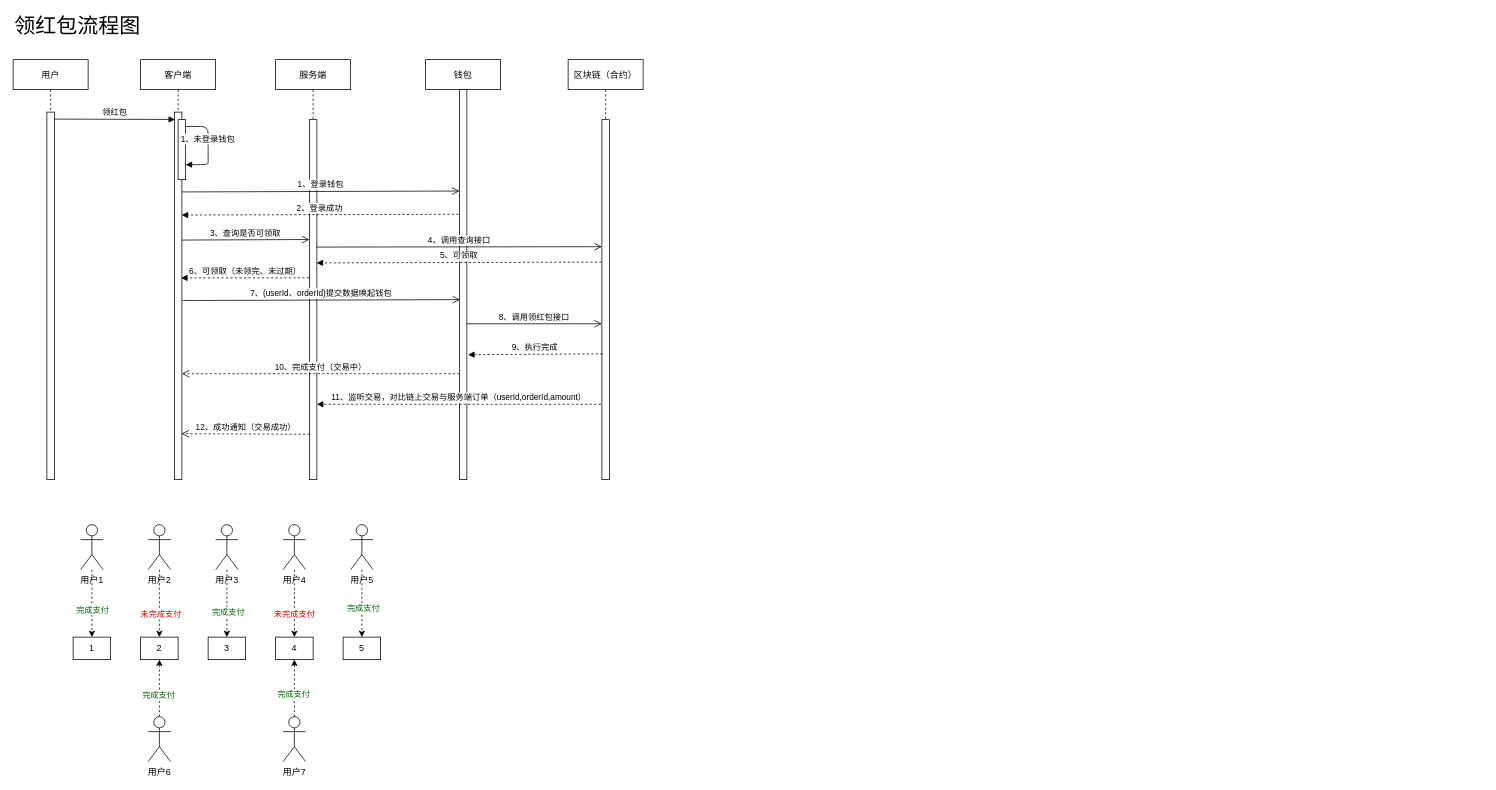
Before: 未命名绘图.drawio in limate/draw, a draw.io diagram. Source tidied: cells renumbered, new cells numbered last; positions are measured from the earlier drawing's top-left corner, leaving out a move shared by most shapes. Both pictures are drawn from the tidied source at 75%, with x=0, y=0 at pixel (13, 14).
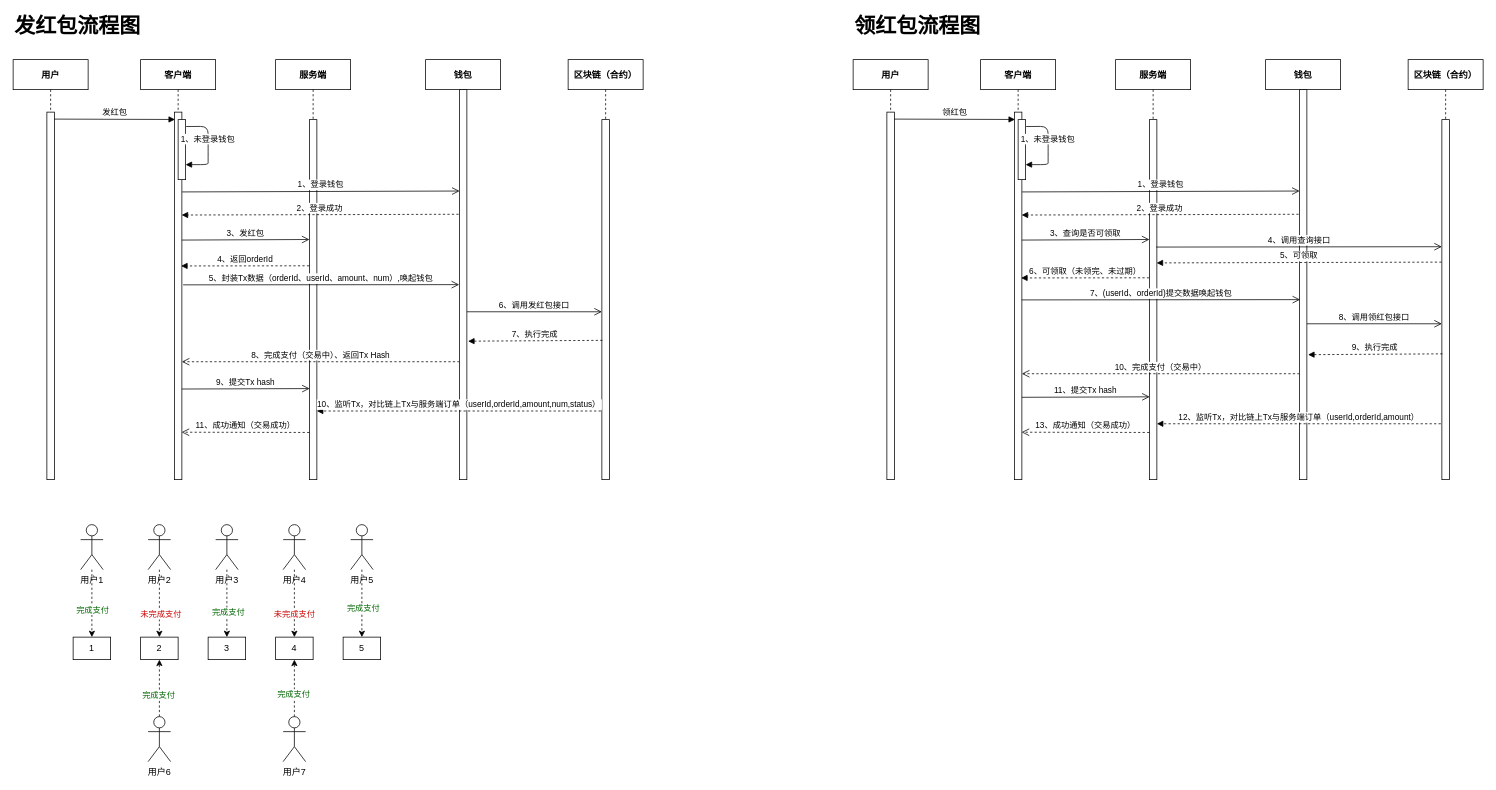
After the change.

The change refers to these unchanged cells:
```xml
<mxCell id="3" style="points=[];perimeter=orthogonalPerimeter;rounded=0;shadow=0;strokeWidth=1;" parent="2" vertex="1">
  <mxGeometry x="45" y="70" width="10" height="490" as="geometry" />
</mxCell>
<mxCell id="7" style="points=[];perimeter=orthogonalPerimeter;rounded=0;shadow=0;strokeWidth=1;" parent="6" vertex="1">
  <mxGeometry x="45" y="80" width="10" height="480" as="geometry" />
</mxCell>
<mxCell id="13" style="points=[];perimeter=orthogonalPerimeter;rounded=0;shadow=0;strokeWidth=1;" parent="12" vertex="1">
  <mxGeometry x="45" y="40" width="10" height="520" as="geometry" />
</mxCell>
<mxCell id="15" style="points=[];perimeter=orthogonalPerimeter;rounded=0;shadow=0;strokeWidth=1;" parent="14" vertex="1">
  <mxGeometry x="45" y="80" width="10" height="480" as="geometry" />
</mxCell>
<mxCell id="17" style="points=[];perimeter=orthogonalPerimeter;rounded=0;shadow=0;strokeWidth=1;" parent="16" vertex="1">
  <mxGeometry x="45" y="70" width="10" height="490" as="geometry" />
</mxCell>
```

Change to the diagram source:
```diff
@@
-    <mxCell id="2" value="客户端" style="shape=umlLifeline;perimeter=lifelinePerimeter;rounded=0;shadow=0;strokeWidth=1;" parent="1" vertex="1">
+    <mxCell id="2" value="客户端" style="shape=umlLifeline;perimeter=lifelinePerimeter;rounded=0;shadow=0;strokeWidth=1;fontStyle=1;" parent="1" vertex="1">
       <mxGeometry x="170" y="60" width="100" height="560" as="geometry" />
     </mxCell>
@@
-    <mxCell id="6" value="服务端" style="shape=umlLifeline;perimeter=lifelinePerimeter;rounded=0;shadow=0;strokeWidth=1;" parent="1" vertex="1">
+    <mxCell id="6" value="服务端" style="shape=umlLifeline;perimeter=lifelinePerimeter;rounded=0;shadow=0;strokeWidth=1;fontStyle=1;" parent="1" vertex="1">
       <mxGeometry x="350" y="60" width="100" height="560" as="geometry" />
     </mxCell>
@@
-    <mxCell id="8" value="3、查询是否可领取" style="verticalAlign=bottom;endArrow=open;endSize=8;shadow=0;strokeWidth=1;exitX=1.027;exitY=0.318;exitDx=0;exitDy=0;exitPerimeter=0;entryX=0.008;entryY=0.333;entryDx=0;entryDy=0;entryPerimeter=0;" parent="6" edge="1" target="7">
+    <mxCell id="8" value="3、发红包" style="verticalAlign=bottom;endArrow=open;endSize=8;shadow=0;strokeWidth=1;exitX=1.027;exitY=0.318;exitDx=0;exitDy=0;exitPerimeter=0;entryX=0.008;entryY=0.333;entryDx=0;entryDy=0;entryPerimeter=0;" parent="6" edge="1" target="7">
       <mxGeometry relative="1" as="geometry">
         <mxPoint x="-125" y="240.6" as="sourcePoint" />
       </mxGeometry>
     </mxCell>
-    <mxCell id="9" value="10、完成支付（交易中）" style="verticalAlign=bottom;endArrow=open;dashed=1;endSize=8;exitX=0.033;exitY=0.767;shadow=0;strokeWidth=1;exitDx=0;exitDy=0;exitPerimeter=0;" parent="1" edge="1">
+    <mxCell id="9" value="8、完成支付（交易中）、返回Tx Hash" style="verticalAlign=bottom;endArrow=open;dashed=1;endSize=8;exitX=0.033;exitY=0.767;shadow=0;strokeWidth=1;exitDx=0;exitDy=0;exitPerimeter=0;" parent="1" edge="1">
       <mxGeometry relative="1" as="geometry">
-        <mxPoint x="595.3" y="478.8" as="sourcePoint" />
-        <mxPoint x="225" y="478.8" as="targetPoint" />
+        <mxPoint x="595.3" y="462.8" as="sourcePoint" />
+        <mxPoint x="225" y="462.8" as="targetPoint" />
       </mxGeometry>
     </mxCell>
@@
-    <mxCell id="12" value="钱包" style="shape=umlLifeline;perimeter=lifelinePerimeter;rounded=0;shadow=0;strokeWidth=1;" parent="1" vertex="1">
+    <mxCell id="12" value="钱包" style="shape=umlLifeline;perimeter=lifelinePerimeter;rounded=0;shadow=0;strokeWidth=1;fontStyle=1;" parent="1" vertex="1">
       <mxGeometry x="550" y="60" width="100" height="560" as="geometry" />
     </mxCell>
@@
-    <mxCell id="14" value="区块链（合约）" style="shape=umlLifeline;perimeter=lifelinePerimeter;rounded=0;shadow=0;strokeWidth=1;" parent="1" vertex="1">
+    <mxCell id="14" value="区块链（合约）" style="shape=umlLifeline;perimeter=lifelinePerimeter;rounded=0;shadow=0;strokeWidth=1;fontStyle=1;" parent="1" vertex="1">
       <mxGeometry x="740" y="60" width="100" height="560" as="geometry" />
     </mxCell>
@@
-    <mxCell id="16" value="用户" style="shape=umlLifeline;perimeter=lifelinePerimeter;rounded=0;shadow=0;strokeWidth=1;" parent="1" vertex="1">
+    <mxCell id="16" value="用户" style="shape=umlLifeline;perimeter=lifelinePerimeter;rounded=0;shadow=0;strokeWidth=1;fontStyle=1;" parent="1" vertex="1">
       <mxGeometry y="60" width="100" height="560" as="geometry" />
     </mxCell>
@@
-    <mxCell id="18" value="6、可领取（未领完、未过期）" style="verticalAlign=bottom;endArrow=block;shadow=0;strokeWidth=1;exitX=-0.033;exitY=0.429;exitDx=0;exitDy=0;exitPerimeter=0;dashed=1;entryX=0.9;entryY=0.441;entryDx=0;entryDy=0;entryPerimeter=0;" parent="1" edge="1">
+    <mxCell id="18" value="4、返回orderId" style="verticalAlign=bottom;endArrow=block;shadow=0;strokeWidth=1;exitX=-0.033;exitY=0.429;exitDx=0;exitDy=0;exitPerimeter=0;dashed=1;entryX=0.9;entryY=0.441;entryDx=0;entryDy=0;entryPerimeter=0;" parent="1" edge="1">
       <mxGeometry relative="1" as="geometry">
-        <mxPoint x="394.7" y="350.9" as="sourcePoint" />
-        <mxPoint x="224" y="351.1" as="targetPoint" />
+        <mxPoint x="394.7" y="334.9" as="sourcePoint" />
+        <mxPoint x="224" y="335.1" as="targetPoint" />
       </mxGeometry>
     </mxCell>
-    <mxCell id="19" value="7、(userId、orderId)提交数据唤起钱包" style="verticalAlign=bottom;endArrow=open;endSize=8;shadow=0;strokeWidth=1;exitX=1.027;exitY=0.318;exitDx=0;exitDy=0;exitPerimeter=0;entryX=0.028;entryY=0.298;entryDx=0;entryDy=0;entryPerimeter=0;" parent="1" edge="1">
-      <mxGeometry relative="1" as="geometry">
-        <mxPoint x="226" y="381.2" as="sourcePoint" />
-        <mxPoint x="596" y="380" as="targetPoint" />
-      </mxGeometry>
-    </mxCell>
-    <mxCell id="20" value="8、调用领红包接口" style="verticalAlign=bottom;endArrow=open;endSize=8;shadow=0;strokeWidth=1;exitX=1.027;exitY=0.318;exitDx=0;exitDy=0;exitPerimeter=0;" parent="1" edge="1">
+    <mxCell id="20" value="6、调用发红包接口" style="verticalAlign=bottom;endArrow=open;endSize=8;shadow=0;strokeWidth=1;exitX=1.027;exitY=0.318;exitDx=0;exitDy=0;exitPerimeter=0;" parent="1" edge="1">
       <mxGeometry relative="1" as="geometry">
-        <mxPoint x="605" y="412.2" as="sourcePoint" />
-        <mxPoint x="785" y="412.2" as="targetPoint" />
+        <mxPoint x="605" y="396.2" as="sourcePoint" />
+        <mxPoint x="785" y="396.2" as="targetPoint" />
       </mxGeometry>
     </mxCell>
-    <mxCell id="21" value="9、执行完成" style="verticalAlign=bottom;endArrow=block;shadow=0;strokeWidth=1;exitX=0.083;exitY=0.476;exitDx=0;exitDy=0;exitPerimeter=0;dashed=1;entryX=1.159;entryY=0.695;entryDx=0;entryDy=0;entryPerimeter=0;" parent="1" edge="1">
+    <mxCell id="21" value="7、执行完成" style="verticalAlign=bottom;endArrow=block;shadow=0;strokeWidth=1;exitX=0.083;exitY=0.476;exitDx=0;exitDy=0;exitPerimeter=0;dashed=1;entryX=1.159;entryY=0.695;entryDx=0;entryDy=0;entryPerimeter=0;" parent="1" edge="1">
       <mxGeometry relative="1" as="geometry">
-        <mxPoint x="785.8" y="452.3" as="sourcePoint" />
-        <mxPoint x="606.6" y="453.4" as="targetPoint" />
+        <mxPoint x="785.8" y="434.3" as="sourcePoint" />
+        <mxPoint x="606.6" y="435.4" as="targetPoint" />
       </mxGeometry>
     </mxCell>
-    <mxCell id="22" value="11、监听交易，对比链上交易与服务端订单（userId,orderId,amount）" style="verticalAlign=bottom;endArrow=block;shadow=0;strokeWidth=1;exitX=-0.143;exitY=0.801;exitDx=0;exitDy=0;exitPerimeter=0;dashed=1;" parent="1" edge="1">
+    <mxCell id="22" value="10、监听Tx，对比链上Tx与服务端订单（userId,orderId,amount,num,status）" style="verticalAlign=bottom;endArrow=block;shadow=0;strokeWidth=1;exitX=-0.143;exitY=0.801;exitDx=0;exitDy=0;exitPerimeter=0;dashed=1;" parent="1" edge="1">
       <mxGeometry relative="1" as="geometry">
-        <mxPoint x="783.6" y="519.5" as="sourcePoint" />
-        <mxPoint x="405" y="519.5" as="targetPoint" />
+        <mxPoint x="783.6" y="528.5" as="sourcePoint" />
+        <mxPoint x="405" y="528.5" as="targetPoint" />
       </mxGeometry>
     </mxCell>
-    <mxCell id="23" value="12、成功通知（交易成功）" style="verticalAlign=bottom;endArrow=open;dashed=1;endSize=8;shadow=0;strokeWidth=1;exitX=0.038;exitY=0.874;exitDx=0;exitDy=0;exitPerimeter=0;entryX=0.943;entryY=0.875;entryDx=0;entryDy=0;entryPerimeter=0;" parent="1" edge="1" source="7" target="3">
+    <mxCell id="23" value="11、成功通知（交易成功）" style="verticalAlign=bottom;endArrow=open;dashed=1;endSize=8;shadow=0;strokeWidth=1;exitX=-0.003;exitY=0.869;exitDx=0;exitDy=0;exitPerimeter=0;entryX=0.971;entryY=0.871;entryDx=0;entryDy=0;entryPerimeter=0;" parent="1" edge="1" source="7" target="3">
       <mxGeometry relative="1" as="geometry" />
     </mxCell>
-    <mxCell id="24" value="领红包" style="verticalAlign=bottom;endArrow=block;shadow=0;strokeWidth=1;entryX=0.081;entryY=0.02;entryDx=0;entryDy=0;entryPerimeter=0;exitX=0.972;exitY=0.019;exitDx=0;exitDy=0;exitPerimeter=0;" parent="1" edge="1" source="17" target="3">
+    <mxCell id="24" value="发红包" style="verticalAlign=bottom;endArrow=block;shadow=0;strokeWidth=1;entryX=0.081;entryY=0.02;entryDx=0;entryDy=0;entryPerimeter=0;exitX=0.972;exitY=0.019;exitDx=0;exitDy=0;exitPerimeter=0;" parent="1" edge="1" source="17" target="3">
       <mxGeometry relative="1" as="geometry" />
     </mxCell>
-    <mxCell id="25" value="4、调用查询接口" style="verticalAlign=bottom;endArrow=open;endSize=8;shadow=0;strokeWidth=1;exitX=0.9;exitY=0.354;exitDx=0;exitDy=0;exitPerimeter=0;entryX=0;entryY=0.353;entryDx=0;entryDy=0;entryPerimeter=0;" parent="1" edge="1" source="7" target="15">
+    <mxCell id="25" value="5、封装Tx数据（orderId、userId、amount、num）,唤起钱包" style="verticalAlign=bottom;endArrow=open;endSize=8;shadow=0;strokeWidth=1;exitX=1.167;exitY=0.47;exitDx=0;exitDy=0;exitPerimeter=0;entryX=-0.028;entryY=0.5;entryDx=0;entryDy=0;entryPerimeter=0;" parent="1" edge="1" source="3" target="13">
       <mxGeometry relative="1" as="geometry" />
     </mxCell>
-    <mxCell id="26" value="5、可领取" style="verticalAlign=bottom;endArrow=block;shadow=0;strokeWidth=1;exitX=-0.1;exitY=0.378;exitDx=0;exitDy=0;exitPerimeter=0;entryX=0.967;entryY=0.398;entryDx=0;entryDy=0;entryPerimeter=0;dashed=1;" parent="1" edge="1" target="7">
-      <mxGeometry relative="1" as="geometry">
-        <mxPoint x="784.6" y="330" as="sourcePoint" />
-      </mxGeometry>
-    </mxCell>
@@
-    <mxCell id="53" value="领红包流程图" style="text;html=1;strokeColor=none;fillColor=none;align=left;verticalAlign=middle;whiteSpace=wrap;rounded=0;fontSize=28;fontColor=#000000;" parent="1" vertex="1">
+    <mxCell id="53" value="发红包流程图" style="text;html=1;strokeColor=none;fillColor=none;align=left;verticalAlign=middle;whiteSpace=wrap;rounded=0;fontSize=28;fontColor=#000000;fontStyle=1;" parent="1" vertex="1">
       <mxGeometry width="190" height="30" as="geometry" />
     </mxCell>
+    <mxCell id="54" value="9、提交Tx hash" style="verticalAlign=bottom;endArrow=open;endSize=8;shadow=0;strokeWidth=1;exitX=0.996;exitY=0.776;exitDx=0;exitDy=0;exitPerimeter=0;entryX=0.04;entryY=0.77;entryDx=0;entryDy=0;entryPerimeter=0;" parent="1" edge="1">
+      <mxGeometry relative="1" as="geometry">
+        <mxPoint x="225" y="499.2" as="sourcePoint" />
+        <mxPoint x="395.4" y="498.6" as="targetPoint" />
+      </mxGeometry>
+    </mxCell>
+    <mxCell id="55" value="客户端" style="shape=umlLifeline;perimeter=lifelinePerimeter;rounded=0;shadow=0;strokeWidth=1;fontStyle=1;" parent="1" vertex="1">
+      <mxGeometry x="1290" y="60" width="100" height="560" as="geometry" />
+    </mxCell>
+    <mxCell id="56" style="points=[];perimeter=orthogonalPerimeter;rounded=0;shadow=0;strokeWidth=1;" parent="55" vertex="1">
+      <mxGeometry x="45" y="70" width="10" height="490" as="geometry" />
+    </mxCell>
+    <mxCell id="57" style="points=[];perimeter=orthogonalPerimeter;rounded=0;shadow=0;strokeWidth=1;" parent="55" vertex="1">
+      <mxGeometry x="50" y="80" width="10" height="80" as="geometry" />
+    </mxCell>
+    <mxCell id="58" value="1、未登录钱包" style="verticalAlign=bottom;endArrow=block;shadow=0;strokeWidth=1;exitX=1.069;exitY=0.115;exitDx=0;exitDy=0;exitPerimeter=0;" parent="55" edge="1" source="57" target="57">
+      <mxGeometry relative="1" as="geometry">
+        <Array as="points">
+          <mxPoint x="90" y="89" />
+          <mxPoint x="90" y="132" />
+          <mxPoint x="90" y="140" />
+        </Array>
+      </mxGeometry>
+    </mxCell>
+    <mxCell id="59" value="服务端" style="shape=umlLifeline;perimeter=lifelinePerimeter;rounded=0;shadow=0;strokeWidth=1;fontStyle=1;" parent="1" vertex="1">
+      <mxGeometry x="1470" y="60" width="100" height="560" as="geometry" />
+    </mxCell>
+    <mxCell id="60" style="points=[];perimeter=orthogonalPerimeter;rounded=0;shadow=0;strokeWidth=1;" parent="59" vertex="1">
+      <mxGeometry x="45" y="80" width="10" height="480" as="geometry" />
+    </mxCell>
+    <mxCell id="61" value="3、查询是否可领取" style="verticalAlign=bottom;endArrow=open;endSize=8;shadow=0;strokeWidth=1;exitX=1.027;exitY=0.318;exitDx=0;exitDy=0;exitPerimeter=0;entryX=0.008;entryY=0.333;entryDx=0;entryDy=0;entryPerimeter=0;" parent="59" edge="1" target="60">
+      <mxGeometry relative="1" as="geometry">
+        <mxPoint x="-125" y="240.6" as="sourcePoint" />
+      </mxGeometry>
+    </mxCell>
+    <mxCell id="62" value="10、完成支付（交易中）" style="verticalAlign=bottom;endArrow=open;dashed=1;endSize=8;exitX=0.033;exitY=0.767;shadow=0;strokeWidth=1;exitDx=0;exitDy=0;exitPerimeter=0;" parent="1" edge="1">
+      <mxGeometry relative="1" as="geometry">
+        <mxPoint x="1715.3" y="478.8" as="sourcePoint" />
+        <mxPoint x="1345" y="478.8" as="targetPoint" />
+      </mxGeometry>
+    </mxCell>
+    <mxCell id="63" value="2、登录成功" style="verticalAlign=bottom;endArrow=block;shadow=0;strokeWidth=1;exitX=-0.1;exitY=0.378;exitDx=0;exitDy=0;exitPerimeter=0;entryX=0.971;entryY=0.28;entryDx=0;entryDy=0;entryPerimeter=0;dashed=1;" parent="1" edge="1" target="56">
+      <mxGeometry relative="1" as="geometry">
+        <mxPoint x="1714" y="266.2" as="sourcePoint" />
+      </mxGeometry>
+    </mxCell>
+    <mxCell id="64" value="1、登录钱包" style="verticalAlign=bottom;endArrow=open;endSize=8;shadow=0;strokeWidth=1;exitX=1.027;exitY=0.318;exitDx=0;exitDy=0;exitPerimeter=0;entryX=0.028;entryY=0.298;entryDx=0;entryDy=0;entryPerimeter=0;" parent="1" edge="1">
+      <mxGeometry relative="1" as="geometry">
+        <mxPoint x="1345.3" y="236.4" as="sourcePoint" />
+        <mxPoint x="1715.3" y="235.2" as="targetPoint" />
+      </mxGeometry>
+    </mxCell>
+    <mxCell id="65" value="钱包" style="shape=umlLifeline;perimeter=lifelinePerimeter;rounded=0;shadow=0;strokeWidth=1;fontStyle=1;" parent="1" vertex="1">
+      <mxGeometry x="1670" y="60" width="100" height="560" as="geometry" />
+    </mxCell>
+    <mxCell id="66" style="perimeter=orthogonalPerimeter;rounded=0;shadow=0;strokeWidth=1;" parent="65" vertex="1">
+      <mxGeometry x="45" y="40" width="10" height="520" as="geometry" />
+    </mxCell>
+    <mxCell id="67" value="区块链（合约）" style="shape=umlLifeline;perimeter=lifelinePerimeter;rounded=0;shadow=0;strokeWidth=1;fontStyle=1;" parent="1" vertex="1">
+      <mxGeometry x="1860" y="60" width="100" height="560" as="geometry" />
+    </mxCell>
+    <mxCell id="68" style="points=[];perimeter=orthogonalPerimeter;rounded=0;shadow=0;strokeWidth=1;" parent="67" vertex="1">
+      <mxGeometry x="45" y="80" width="10" height="480" as="geometry" />
+    </mxCell>
+    <mxCell id="69" value="用户" style="shape=umlLifeline;perimeter=lifelinePerimeter;rounded=0;shadow=0;strokeWidth=1;fontStyle=1;" parent="1" vertex="1">
+      <mxGeometry x="1120" y="60" width="100" height="560" as="geometry" />
+    </mxCell>
+    <mxCell id="70" style="points=[];perimeter=orthogonalPerimeter;rounded=0;shadow=0;strokeWidth=1;" parent="69" vertex="1">
+      <mxGeometry x="45" y="70" width="10" height="490" as="geometry" />
+    </mxCell>
+    <mxCell id="71" value="6、可领取（未领完、未过期）" style="verticalAlign=bottom;endArrow=block;shadow=0;strokeWidth=1;exitX=-0.033;exitY=0.429;exitDx=0;exitDy=0;exitPerimeter=0;dashed=1;entryX=0.9;entryY=0.441;entryDx=0;entryDy=0;entryPerimeter=0;" parent="1" edge="1">
+      <mxGeometry relative="1" as="geometry">
+        <mxPoint x="1514.7" y="350.9" as="sourcePoint" />
+        <mxPoint x="1344" y="351.1" as="targetPoint" />
+      </mxGeometry>
+    </mxCell>
+    <mxCell id="19" value="7、(userId、orderId)提交数据唤起钱包" style="verticalAlign=bottom;endArrow=open;endSize=8;shadow=0;strokeWidth=1;exitX=0.976;exitY=0.511;exitDx=0;exitDy=0;exitPerimeter=0;entryX=0.028;entryY=0.298;entryDx=0;entryDy=0;entryPerimeter=0;" parent="1" edge="1" source="56">
+      <mxGeometry relative="1" as="geometry">
+        <mxPoint x="1716" y="380" as="targetPoint" />
+      </mxGeometry>
+    </mxCell>
+    <mxCell id="72" value="8、调用领红包接口" style="verticalAlign=bottom;endArrow=open;endSize=8;shadow=0;strokeWidth=1;exitX=1.027;exitY=0.318;exitDx=0;exitDy=0;exitPerimeter=0;" parent="1" edge="1">
+      <mxGeometry relative="1" as="geometry">
+        <mxPoint x="1725" y="412.2" as="sourcePoint" />
+        <mxPoint x="1905" y="412.2" as="targetPoint" />
+      </mxGeometry>
+    </mxCell>
+    <mxCell id="73" value="9、执行完成" style="verticalAlign=bottom;endArrow=block;shadow=0;strokeWidth=1;exitX=0.083;exitY=0.476;exitDx=0;exitDy=0;exitPerimeter=0;dashed=1;entryX=1.159;entryY=0.695;entryDx=0;entryDy=0;entryPerimeter=0;" parent="1" edge="1">
+      <mxGeometry relative="1" as="geometry">
+        <mxPoint x="1905.8" y="452.3" as="sourcePoint" />
+        <mxPoint x="1726.6" y="453.4" as="targetPoint" />
+      </mxGeometry>
+    </mxCell>
+    <mxCell id="74" value="12、监听Tx，对比链上Tx与服务端订单（userId,orderId,amount）" style="verticalAlign=bottom;endArrow=block;shadow=0;strokeWidth=1;exitX=-0.143;exitY=0.801;exitDx=0;exitDy=0;exitPerimeter=0;dashed=1;" parent="1" edge="1">
+      <mxGeometry relative="1" as="geometry">
+        <mxPoint x="1903.6" y="545.5" as="sourcePoint" />
+        <mxPoint x="1525" y="545.5" as="targetPoint" />
+      </mxGeometry>
+    </mxCell>
+    <mxCell id="75" value="13、成功通知（交易成功）" style="verticalAlign=bottom;endArrow=open;dashed=1;endSize=8;shadow=0;strokeWidth=1;exitX=-0.003;exitY=0.869;exitDx=0;exitDy=0;exitPerimeter=0;entryX=0.971;entryY=0.871;entryDx=0;entryDy=0;entryPerimeter=0;" parent="1" edge="1" source="60" target="56">
+      <mxGeometry relative="1" as="geometry" />
+    </mxCell>
+    <mxCell id="76" value="领红包" style="verticalAlign=bottom;endArrow=block;shadow=0;strokeWidth=1;entryX=0.081;entryY=0.02;entryDx=0;entryDy=0;entryPerimeter=0;exitX=0.972;exitY=0.019;exitDx=0;exitDy=0;exitPerimeter=0;" parent="1" edge="1" source="70" target="56">
+      <mxGeometry relative="1" as="geometry" />
+    </mxCell>
+    <mxCell id="77" value="4、调用查询接口" style="verticalAlign=bottom;endArrow=open;endSize=8;shadow=0;strokeWidth=1;exitX=0.9;exitY=0.354;exitDx=0;exitDy=0;exitPerimeter=0;entryX=0;entryY=0.353;entryDx=0;entryDy=0;entryPerimeter=0;" parent="1" edge="1" source="60" target="68">
+      <mxGeometry relative="1" as="geometry" />
+    </mxCell>
+    <mxCell id="26" value="5、可领取" style="verticalAlign=bottom;endArrow=block;shadow=0;strokeWidth=1;exitX=-0.1;exitY=0.378;exitDx=0;exitDy=0;exitPerimeter=0;entryX=0.967;entryY=0.398;entryDx=0;entryDy=0;entryPerimeter=0;dashed=1;" parent="1" edge="1" target="60">
+      <mxGeometry relative="1" as="geometry">
+        <mxPoint x="1904.6" y="330" as="sourcePoint" />
+      </mxGeometry>
+    </mxCell>
+    <mxCell id="78" value="领红包流程图" style="text;html=1;strokeColor=none;fillColor=none;align=left;verticalAlign=middle;whiteSpace=wrap;rounded=0;fontSize=28;fontColor=#000000;fontStyle=1;" parent="1" vertex="1">
+      <mxGeometry x="1120" width="190" height="30" as="geometry" />
+    </mxCell>
+    <mxCell id="79" value="11、提交Tx hash" style="verticalAlign=bottom;endArrow=open;endSize=8;shadow=0;strokeWidth=1;exitX=0.996;exitY=0.776;exitDx=0;exitDy=0;exitPerimeter=0;entryX=0.04;entryY=0.77;entryDx=0;entryDy=0;entryPerimeter=0;" parent="1" edge="1" source="56" target="60">
+      <mxGeometry relative="1" as="geometry" />
+    </mxCell>
```
